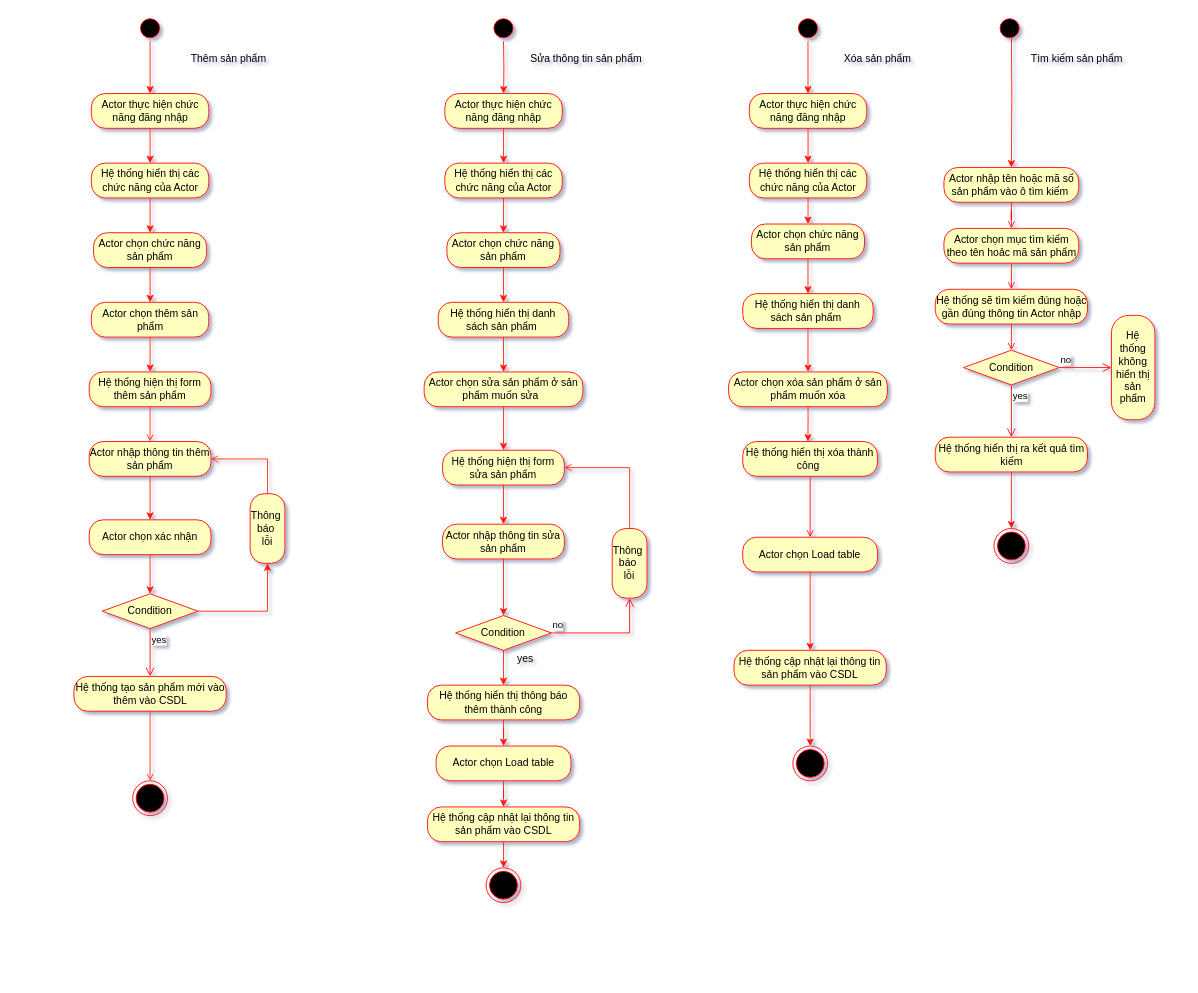
Earlier version of the draw.io diagram Quanlysanpham_thongke/Quản lý sản phẩm/Activity Diagram/Untitled Diagram.drawio (VoHoangDai/CNPM). Source tidied: cells renumbered, new cells numbered last; positions are measured from the earlier drawing's top-left corner, leaving out a move shared by most shapes. Both pictures are drawn from the tidied source at 87%, with x=0, y=0 at pixel (74, 15).
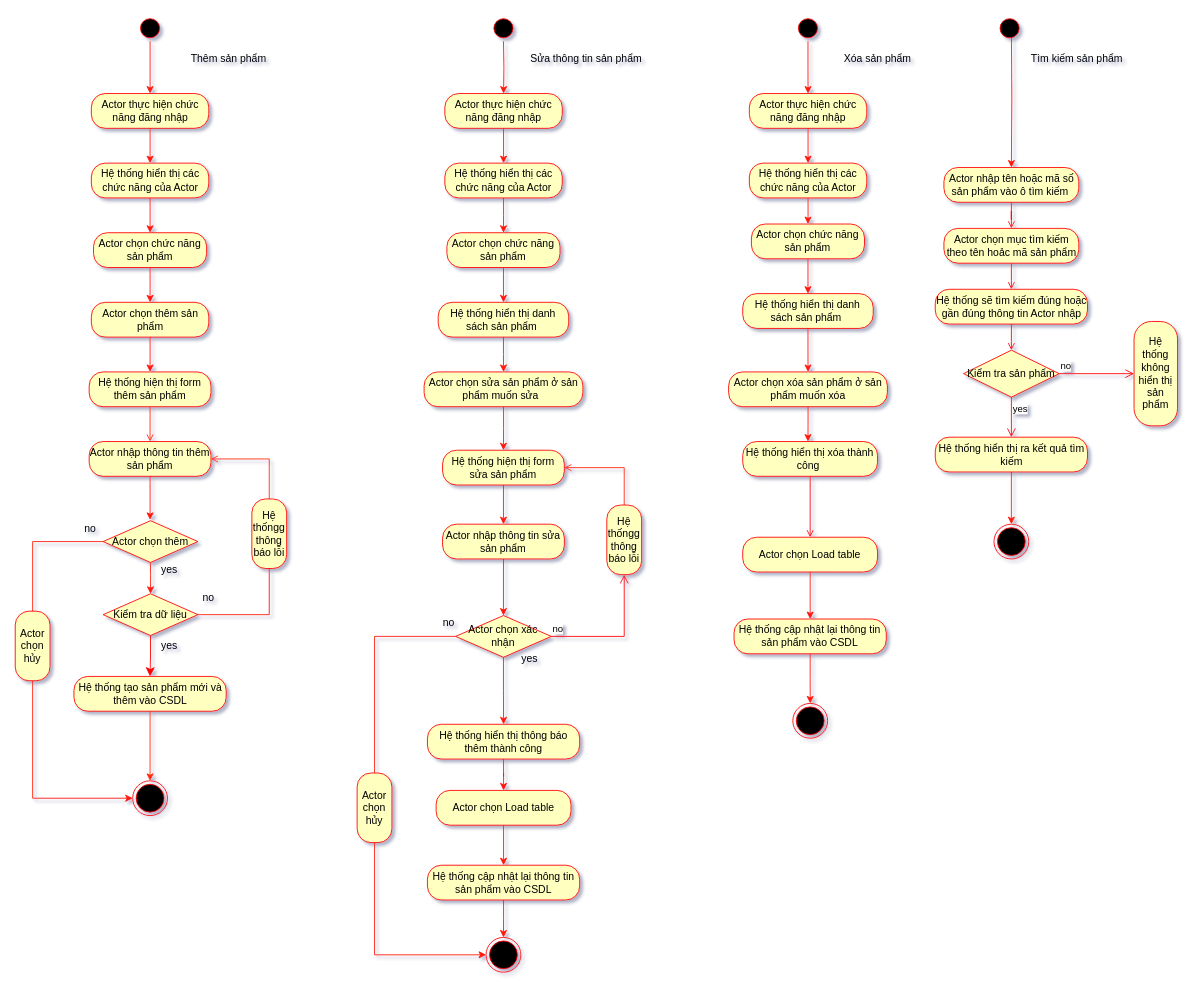
The same page after the edit.

Unchanged cells that the change refers to:
```xml
<mxCell id="11" value="Actor nhập thông tin thêm sản phẩm" style="rounded=1;whiteSpace=wrap;html=1;arcSize=40;fontColor=#000000;fillColor=#ffffc0;strokeColor=#ff0000;" parent="1" vertex="1">
  <mxGeometry x="17" y="490" width="140" height="40" as="geometry" />
</mxCell>
<mxCell id="19" style="ellipse;html=1;shape=endState;fillColor=#000000;strokeColor=#ff0000;" parent="1" vertex="1">
  <mxGeometry x="67" y="880" width="40" height="40" as="geometry" />
</mxCell>
<mxCell id="87" value="Hệ thống hiển thị ra kết quả tìm kiếm" style="rounded=1;whiteSpace=wrap;html=1;arcSize=40;fontColor=#000000;fillColor=#ffffc0;strokeColor=#ff0000;" parent="1" vertex="1">
  <mxGeometry x="989.5" y="485" width="175" height="40" as="geometry" />
</mxCell>
```

What changed in the source:
```diff
@@
-    <mxCell id="10" style="edgeStyle=orthogonalEdgeStyle;rounded=0;jettySize=auto;html=1;strokeColor=#FF1808;entryX=0.5;entryY=0;entryDx=0;entryDy=0;" parent="1" edge="1" source="11" target="42">
-      <mxGeometry relative="1" as="geometry" />
+    <mxCell id="10" style="edgeStyle=orthogonalEdgeStyle;rounded=0;jettySize=auto;html=1;strokeColor=#FF1808;entryX=0.5;entryY=0;entryDx=0;entryDy=0;" parent="1" edge="1" source="11">
+      <mxGeometry relative="1" as="geometry">
+        <mxPoint x="87" y="580" as="targetPoint" />
+      </mxGeometry>
     </mxCell>
@@
-    <mxCell id="13" value="Thông&amp;nbsp;&lt;br&gt;báo&amp;nbsp;&lt;br&gt;lỗi" style="rounded=1;whiteSpace=wrap;html=1;arcSize=40;fontColor=#000000;fillColor=#ffffc0;strokeColor=#ff0000;rotation=0;" parent="1" vertex="1">
-      <mxGeometry x="202" y="550" width="40" height="80" as="geometry" />
+    <mxCell id="13" value="Hệ thốngg thông báo lỗi" style="rounded=1;whiteSpace=wrap;html=1;arcSize=40;fontColor=#000000;fillColor=#ffffc0;strokeColor=#ff0000;rotation=0;" parent="1" vertex="1">
+      <mxGeometry x="204" y="556" width="40" height="80" as="geometry" />
     </mxCell>
-    <mxCell id="14" style="edgeStyle=orthogonalEdgeStyle;rounded=0;jettySize=auto;html=1;entryX=0.5;entryY=1;entryDx=0;entryDy=0;strokeColor=#FF1808;" parent="1" edge="1" source="15" target="13">
+    <mxCell id="14" style="edgeStyle=orthogonalEdgeStyle;rounded=0;jettySize=auto;html=1;entryX=0.5;entryY=1;entryDx=0;entryDy=0;strokeColor=#FF1808;endArrow=none;endFill=0;" parent="1" edge="1" source="15" target="13">
       <mxGeometry relative="1" as="geometry" />
     </mxCell>
-    <mxCell id="15" value="Condition" style="rhombus;whiteSpace=wrap;html=1;fillColor=#ffffc0;strokeColor=#ff0000;" parent="1" vertex="1">
-      <mxGeometry x="32" y="665" width="110" height="40" as="geometry" />
+    <mxCell id="15" value="Kiểm tra dữ liệu" style="rhombus;whiteSpace=wrap;html=1;fillColor=#ffffc0;strokeColor=#ff0000;" parent="1" vertex="1">
+      <mxGeometry x="33" y="665" width="109" height="48" as="geometry" />
     </mxCell>
-    <mxCell id="16" value="yes" style="edgeStyle=orthogonalEdgeStyle;html=1;align=left;verticalAlign=top;endArrow=open;endSize=8;strokeColor=#ff0000;rounded=0;entryX=0.5;entryY=0;entryDx=0;entryDy=0;" parent="1" edge="1" source="15" target="18">
+    <mxCell id="16" style="edgeStyle=orthogonalEdgeStyle;html=1;align=left;verticalAlign=top;endArrow=classic;endSize=8;strokeColor=#ff0000;rounded=0;entryX=0.5;entryY=0;entryDx=0;entryDy=0;endFill=1;" parent="1" edge="1" source="15" target="18">
       <mxGeometry x="-1" relative="1" as="geometry" />
     </mxCell>
-    <mxCell id="17" style="edgeStyle=orthogonalEdgeStyle;rounded=0;jettySize=auto;html=1;endArrow=open;endFill=0;strokeColor=#FF2908;" parent="1" edge="1" source="18" target="19">
+    <mxCell id="17" style="edgeStyle=orthogonalEdgeStyle;rounded=0;jettySize=auto;html=1;endArrow=classic;endFill=1;strokeColor=#FF2908;" parent="1" edge="1" source="18" target="19">
       <mxGeometry relative="1" as="geometry" />
     </mxCell>
-    <mxCell id="18" value="Hệ thống tạo sản phẩm mới vào thêm vào CSDL" style="rounded=1;whiteSpace=wrap;html=1;arcSize=40;fontColor=#000000;fillColor=#ffffc0;strokeColor=#ff0000;" parent="1" vertex="1">
+    <mxCell id="18" value="Hệ thống tạo sản phẩm mới và thêm vào CSDL" style="rounded=1;whiteSpace=wrap;html=1;arcSize=40;fontColor=#000000;fillColor=#ffffc0;strokeColor=#ff0000;" parent="1" vertex="1">
       <mxGeometry x="-0.5" y="760" width="175" height="40" as="geometry" />
     </mxCell>
@@
+    <mxCell id="93" style="edgeStyle=orthogonalEdgeStyle;rounded=0;jettySize=auto;html=1;entryX=0.5;entryY=0;entryDx=0;entryDy=0;endArrow=none;endFill=0;strokeColor=#FF1808;" parent="1" edge="1" source="25" target="104">
+      <mxGeometry relative="1" as="geometry" />
+    </mxCell>
-    <mxCell id="25" value="Condition" style="rhombus;whiteSpace=wrap;html=1;fillColor=#ffffc0;strokeColor=#ff0000;" parent="1" vertex="1">
-      <mxGeometry x="438.2" y="690" width="110" height="40" as="geometry" />
+    <mxCell id="25" value="Actor chọn xác nhận" style="rhombus;whiteSpace=wrap;html=1;fillColor=#ffffc0;strokeColor=#ff0000;" parent="1" vertex="1">
+      <mxGeometry x="438.2" y="690" width="110" height="48" as="geometry" />
     </mxCell>
@@
-    <mxCell id="28" value="Thông&amp;nbsp;&lt;br&gt;báo&amp;nbsp;&lt;br&gt;lỗi" style="rounded=1;whiteSpace=wrap;html=1;arcSize=40;fontColor=#000000;fillColor=#ffffc0;strokeColor=#ff0000;rotation=0;" parent="1" vertex="1">
-      <mxGeometry x="618.2" y="590" width="40" height="80" as="geometry" />
+    <mxCell id="28" value="Hệ thốngg thông báo lỗi" style="rounded=1;whiteSpace=wrap;html=1;arcSize=40;fontColor=#000000;fillColor=#ffffc0;strokeColor=#ff0000;rotation=0;" parent="1" vertex="1">
+      <mxGeometry x="612" y="563" width="40" height="80" as="geometry" />
     </mxCell>
@@
     <mxCell id="30" value="Hệ thống cập nhật lại thông tin sản phẩm vào CSDL" style="rounded=1;whiteSpace=wrap;html=1;arcSize=40;fontColor=#000000;fillColor=#ffffc0;strokeColor=#ff0000;" parent="1" vertex="1">
-      <mxGeometry x="405.8" y="910" width="175" height="40" as="geometry" />
+      <mxGeometry x="405.8" y="977" width="175" height="40" as="geometry" />
     </mxCell>
@@
     <mxCell id="32" value="Hệ thống cập nhật lại thông tin sản phẩm vào CSDL" style="rounded=1;whiteSpace=wrap;html=1;arcSize=40;fontColor=#000000;fillColor=#ffffc0;strokeColor=#ff0000;" parent="1" vertex="1">
-      <mxGeometry x="758.2" y="730" width="175" height="40" as="geometry" />
+      <mxGeometry x="758.2" y="694" width="175" height="40" as="geometry" />
     </mxCell>
@@
     <mxCell id="38" value="Actor chọn Load table" style="rounded=1;whiteSpace=wrap;html=1;arcSize=40;fontColor=#000000;fillColor=#ffffc0;strokeColor=#ff0000;" parent="1" vertex="1">
-      <mxGeometry x="415.8" y="840" width="155" height="40" as="geometry" />
+      <mxGeometry x="415.8" y="891" width="155" height="40" as="geometry" />
     </mxCell>
@@
-    <mxCell id="41" style="edgeStyle=orthogonalEdgeStyle;rounded=0;jettySize=auto;html=1;entryX=0.5;entryY=0;entryDx=0;entryDy=0;strokeColor=#FF1808;" parent="1" edge="1" source="42" target="15">
-      <mxGeometry relative="1" as="geometry" />
+    <mxCell id="41" style="edgeStyle=orthogonalEdgeStyle;rounded=0;jettySize=auto;html=1;entryX=0.5;entryY=0;entryDx=0;entryDy=0;strokeColor=#FF1808;" parent="1" edge="1" target="15">
+      <mxGeometry relative="1" as="geometry">
+        <mxPoint x="87.1" y="620" as="sourcePoint" />
+      </mxGeometry>
     </mxCell>
-    <mxCell id="42" value="Actor chọn xác nhận" style="rounded=1;whiteSpace=wrap;html=1;arcSize=40;fontColor=#000000;fillColor=#ffffc0;strokeColor=#ff0000;" parent="1" vertex="1">
-      <mxGeometry x="17" y="580" width="140" height="40" as="geometry" />
-    </mxCell>
@@
     <mxCell id="59" value="Hệ thống hiển thị thông báo thêm thành công" style="rounded=1;whiteSpace=wrap;html=1;arcSize=40;fontColor=#000000;fillColor=#ffffc0;strokeColor=#ff0000;" parent="1" vertex="1">
-      <mxGeometry x="405.8" y="770" width="175" height="40" as="geometry" />
+      <mxGeometry x="405.8" y="815" width="175" height="40" as="geometry" />
     </mxCell>
     <mxCell id="60" style="ellipse;html=1;shape=endState;fillColor=#000000;strokeColor=#ff0000;" parent="1" vertex="1">
-      <mxGeometry x="473.2" y="980" width="40" height="40" as="geometry" />
+      <mxGeometry x="473.2" y="1060" width="40" height="40" as="geometry" />
     </mxCell>
@@
     <mxCell id="73" style="ellipse;html=1;shape=endState;fillColor=#000000;strokeColor=#ff0000;" parent="1" vertex="1">
-      <mxGeometry x="825.8" y="840" width="40" height="40" as="geometry" />
+      <mxGeometry x="825.8" y="791" width="40" height="40" as="geometry" />
     </mxCell>
@@
-    <mxCell id="83" value="Condition" style="rhombus;whiteSpace=wrap;html=1;fillColor=#ffffc0;strokeColor=#ff0000;" parent="1" vertex="1">
-      <mxGeometry x="1022" y="385" width="110" height="40" as="geometry" />
+    <mxCell id="83" value="Kiểm tra sản phẩm" style="rhombus;whiteSpace=wrap;html=1;fillColor=#ffffc0;strokeColor=#ff0000;" parent="1" vertex="1">
+      <mxGeometry x="1022" y="385" width="110" height="54" as="geometry" />
     </mxCell>
-    <mxCell id="84" value="no" style="edgeStyle=orthogonalEdgeStyle;html=1;align=left;verticalAlign=bottom;endArrow=open;endSize=8;strokeColor=#ff0000;rounded=0;" parent="1" edge="1" source="83">
-      <mxGeometry x="-1" relative="1" as="geometry">
-        <mxPoint x="1192" y="405" as="targetPoint" />
-      </mxGeometry>
+    <mxCell id="84" value="no" style="edgeStyle=orthogonalEdgeStyle;html=1;align=left;verticalAlign=bottom;endArrow=open;endSize=8;strokeColor=#ff0000;rounded=0;entryX=0;entryY=0.5;entryDx=0;entryDy=0;" parent="1" edge="1" source="83" target="88">
+      <mxGeometry x="-1" relative="1" as="geometry" />
     </mxCell>
@@
-    <mxCell id="86" style="edgeStyle=orthogonalEdgeStyle;rounded=0;jettySize=auto;html=1;strokeColor=#FF1808;" parent="1" edge="1" source="87">
-      <mxGeometry relative="1" as="geometry">
-        <mxPoint x="1077" y="590" as="targetPoint" />
-      </mxGeometry>
+    <mxCell id="86" style="edgeStyle=orthogonalEdgeStyle;rounded=0;jettySize=auto;html=1;strokeColor=#FF1808;entryX=0.5;entryY=0;entryDx=0;entryDy=0;" parent="1" edge="1" source="87" target="91">
+      <mxGeometry relative="1" as="geometry" />
     </mxCell>
@@
     <mxCell id="88" value="Hệ thống không hiển thị sản phẩm" style="rounded=1;whiteSpace=wrap;html=1;arcSize=40;fontColor=#000000;fillColor=#ffffc0;strokeColor=#ff0000;rotation=0;" parent="1" vertex="1">
-      <mxGeometry x="1192" y="345" width="50" height="120" as="geometry" />
+      <mxGeometry x="1218" y="352" width="50" height="120" as="geometry" />
     </mxCell>
@@
     <mxCell id="91" style="ellipse;html=1;shape=endState;fillColor=#000000;strokeColor=#ff0000;" parent="1" vertex="1">
-      <mxGeometry x="1057" y="590" width="40" height="40" as="geometry" />
+      <mxGeometry x="1057" y="585" width="40" height="40" as="geometry" />
     </mxCell>
     <mxCell id="92" value="yes" style="text;html=1;align=center;verticalAlign=middle;strokeColor=none;fillColor=none;" parent="1" vertex="1">
-      <mxGeometry x="503.2" y="730" width="30" height="20" as="geometry" />
+      <mxGeometry x="508.2" y="730" width="30" height="20" as="geometry" />
     </mxCell>
+    <mxCell id="94" value="no" style="text;html=1;align=center;verticalAlign=middle;strokeColor=none;fillColor=none;" parent="1" vertex="1">
+      <mxGeometry x="142" y="661" width="23" height="18" as="geometry" />
+    </mxCell>
+    <mxCell id="95" style="edgeStyle=orthogonalEdgeStyle;rounded=0;jettySize=auto;html=1;entryX=0.5;entryY=0;entryDx=0;entryDy=0;strokeColor=#FF1808;endArrow=none;endFill=0;" parent="1" edge="1" source="96" target="101">
+      <mxGeometry relative="1" as="geometry" />
+    </mxCell>
+    <mxCell id="96" value="Actor chọn thêm" style="rhombus;whiteSpace=wrap;html=1;fillColor=#ffffc0;strokeColor=#ff0000;" parent="1" vertex="1">
+      <mxGeometry x="33" y="581" width="109" height="48" as="geometry" />
+    </mxCell>
+    <mxCell id="97" value="no" style="text;html=1;align=center;verticalAlign=middle;strokeColor=none;fillColor=none;" parent="1" vertex="1">
+      <mxGeometry x="6" y="581" width="23" height="18" as="geometry" />
+    </mxCell>
+    <mxCell id="98" value="yes" style="text;html=1;align=center;verticalAlign=middle;strokeColor=none;fillColor=none;" parent="1" vertex="1">
+      <mxGeometry x="94" y="629" width="29" height="18" as="geometry" />
+    </mxCell>
+    <mxCell id="99" value="yes" style="text;html=1;align=center;verticalAlign=middle;strokeColor=none;fillColor=none;" parent="1" vertex="1">
+      <mxGeometry x="94" y="716" width="29" height="18" as="geometry" />
+    </mxCell>
+    <mxCell id="100" style="edgeStyle=orthogonalEdgeStyle;rounded=0;jettySize=auto;html=1;endArrow=classic;endFill=1;strokeColor=#FF1808;entryX=0;entryY=0.5;entryDx=0;entryDy=0;exitX=0.5;exitY=1;exitDx=0;exitDy=0;" parent="1" edge="1" source="101" target="19">
+      <mxGeometry relative="1" as="geometry">
+        <Array as="points">
+          <mxPoint x="-48" y="900" />
+        </Array>
+      </mxGeometry>
+    </mxCell>
+    <mxCell id="101" value="Actor chọn hủy" style="rounded=1;whiteSpace=wrap;html=1;arcSize=40;fontColor=#000000;fillColor=#ffffc0;strokeColor=#ff0000;rotation=0;" parent="1" vertex="1">
+      <mxGeometry x="-68" y="685" width="40" height="80" as="geometry" />
+    </mxCell>
+    <mxCell id="102" value="no" style="text;html=1;align=center;verticalAlign=middle;strokeColor=none;fillColor=none;" parent="1" vertex="1">
+      <mxGeometry x="418.2" y="690" width="23" height="18" as="geometry" />
+    </mxCell>
+    <mxCell id="103" style="edgeStyle=orthogonalEdgeStyle;rounded=0;jettySize=auto;html=1;entryX=0;entryY=0.5;entryDx=0;entryDy=0;endArrow=classic;endFill=1;strokeColor=#FF1808;exitX=0.5;exitY=1;exitDx=0;exitDy=0;" parent="1" edge="1" source="104" target="60">
+      <mxGeometry relative="1" as="geometry">
+        <Array as="points">
+          <mxPoint x="345" y="1080" />
+        </Array>
+      </mxGeometry>
+    </mxCell>
+    <mxCell id="104" value="Actor chọn hủy" style="rounded=1;whiteSpace=wrap;html=1;arcSize=40;fontColor=#000000;fillColor=#ffffc0;strokeColor=#ff0000;rotation=0;" parent="1" vertex="1">
+      <mxGeometry x="325" y="871" width="40" height="80" as="geometry" />
+    </mxCell>
```
